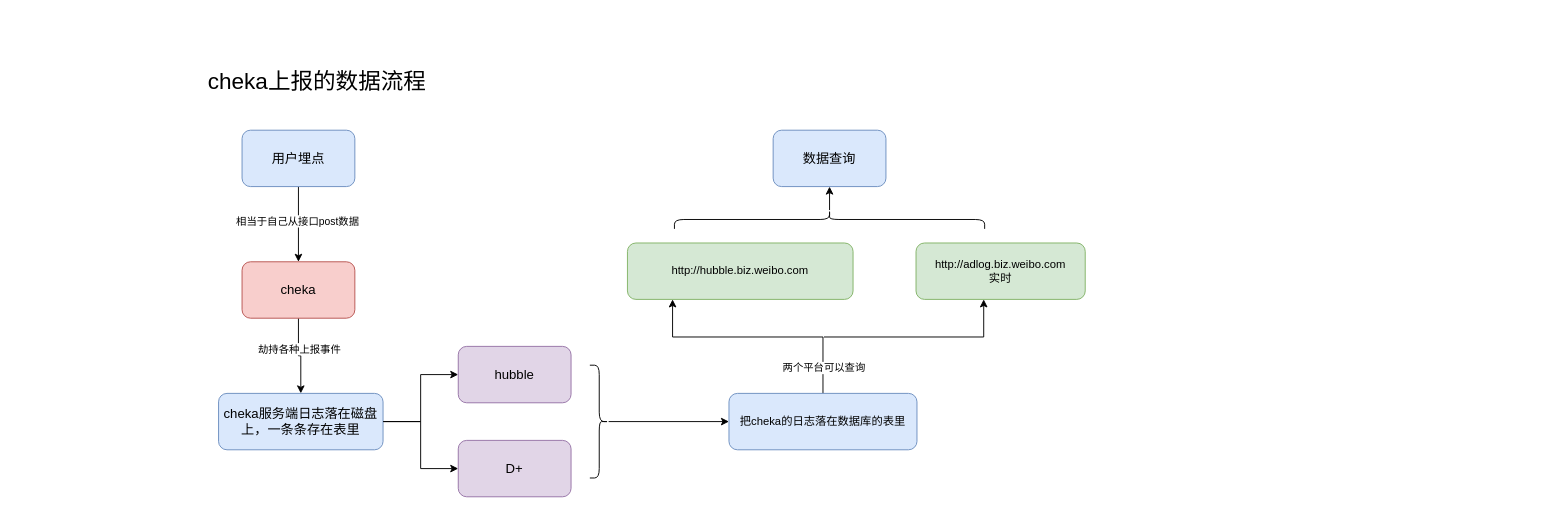
Before: cheka.drawio in AnneLau/-algorithm_bubble, a draw.io diagram. Source tidied: cells renumbered, new cells numbered last; positions are measured from the earlier drawing's top-left corner, leaving out a move shared by most shapes. Both pictures are drawn from the tidied source at 94%, with x=0, y=0 at pixel (185, 72).
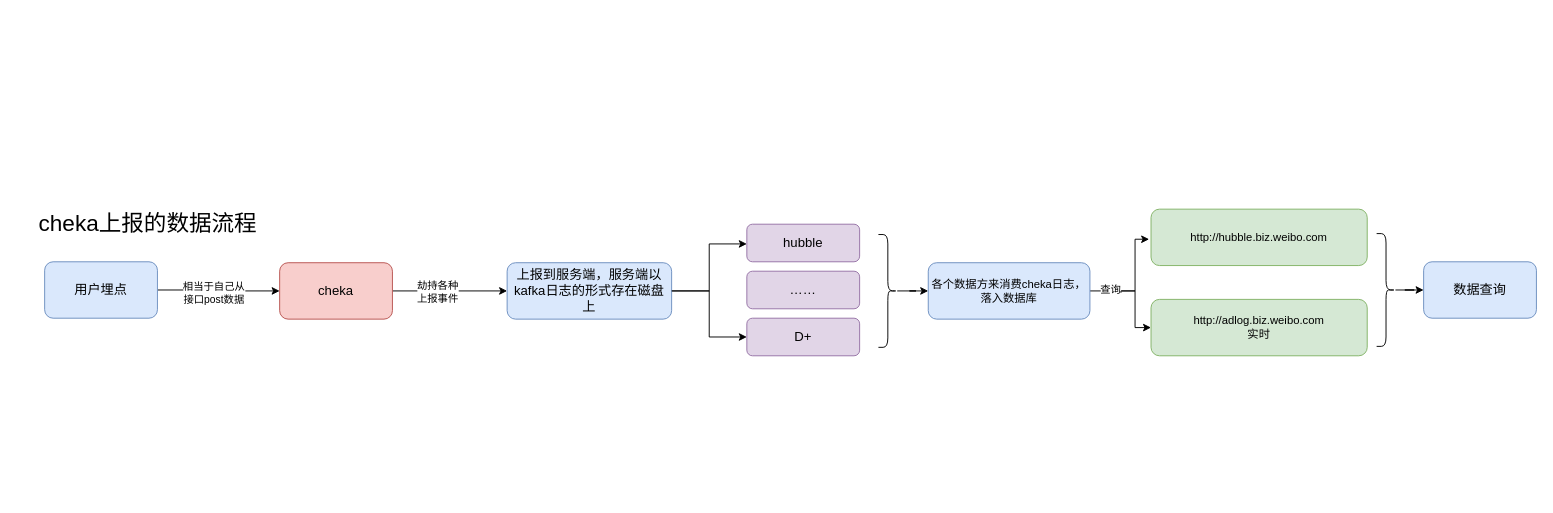
The same page after the edit.

The change refers to these unchanged cells:
```xml
<mxCell id="2" style="edgeStyle=orthogonalEdgeStyle;rounded=0;jettySize=auto;html=1;" parent="1" edge="1" source="4" target="8">
  <mxGeometry relative="1" as="geometry" />
</mxCell>
```

What changed in the source:
```diff
@@
-    <mxCell id="3" value="相当于自己从接口post数据" style="edgeLabel;html=1;align=center;verticalAlign=middle;" parent="2" vertex="1">
+    <mxCell id="3" value="相当于自己从&lt;br&gt;接口post数据" style="edgeLabel;html=1;align=center;verticalAlign=middle;" parent="2" vertex="1">
       <mxGeometry x="-0.1" y="-2" relative="1" as="geometry" />
     </mxCell>
     <mxCell id="4" value="&lt;font style=&quot;font-size: 14px&quot;&gt;用户埋点&lt;/font&gt;" style="rounded=1;whiteSpace=wrap;html=1;fillColor=#dae8fc;strokeColor=#6c8ebf;" parent="1" vertex="1">
-      <mxGeometry x="60" y="61" width="120" height="60" as="geometry" />
+      <mxGeometry x="-150" y="201" width="120" height="60" as="geometry" />
     </mxCell>
     <mxCell id="5" value="&lt;font style=&quot;font-size: 24px&quot;&gt;cheka上报的数据流程&lt;/font&gt;" style="text;html=1;strokeColor=none;fillColor=none;align=center;verticalAlign=middle;whiteSpace=wrap;rounded=0;" parent="1" vertex="1">
-      <mxGeometry width="280" height="20" as="geometry" />
+      <mxGeometry x="-180" y="151" width="280" height="20" as="geometry" />
     </mxCell>
-    <mxCell id="6" style="edgeStyle=orthogonalEdgeStyle;rounded=0;jettySize=auto;html=1;" parent="1" edge="1" source="8" target="10">
+    <mxCell id="6" value="&lt;br&gt;" style="edgeStyle=orthogonalEdgeStyle;rounded=0;jettySize=auto;html=1;" parent="1" edge="1" source="8" target="10">
       <mxGeometry relative="1" as="geometry" />
     </mxCell>
-    <mxCell id="7" value="劫持各种上报事件" style="edgeLabel;html=1;align=center;verticalAlign=middle;" parent="6" vertex="1">
+    <mxCell id="7" value="劫持各种&lt;br&gt;上报事件" style="edgeLabel;html=1;align=center;verticalAlign=middle;" parent="6" vertex="1">
       <mxGeometry x="-0.23" relative="1" as="geometry" />
     </mxCell>
     <mxCell id="8" value="&lt;font style=&quot;font-size: 14px&quot;&gt;cheka&lt;/font&gt;" style="whiteSpace=wrap;html=1;rounded=1;fillColor=#f8cecc;strokeColor=#b85450;" parent="1" vertex="1">
-      <mxGeometry x="60" y="201" width="120" height="60" as="geometry" />
+      <mxGeometry x="100" y="202" width="120" height="60" as="geometry" />
     </mxCell>
     <mxCell id="9" style="edgeStyle=orthogonalEdgeStyle;rounded=0;jettySize=auto;html=1;" parent="1" edge="1" source="10" target="11">
       <mxGeometry relative="1" as="geometry">
         <Array as="points">
-          <mxPoint x="250" y="371" />
-          <mxPoint x="250" y="321" />
+          <mxPoint x="557" y="232" />
+          <mxPoint x="557" y="182" />
         </Array>
       </mxGeometry>
     </mxCell>
-    <mxCell id="10" value="&lt;font style=&quot;font-size: 14px&quot;&gt;cheka服务端日志落在磁盘上，一条条存在表里&lt;/font&gt;" style="whiteSpace=wrap;html=1;rounded=1;fillColor=#dae8fc;strokeColor=#6c8ebf;" parent="1" vertex="1">
-      <mxGeometry x="35" y="341" width="175" height="60" as="geometry" />
+    <mxCell id="10" value="&lt;font style=&quot;font-size: 14px&quot;&gt;上报到服务端，服务端以kafka日志的形式存在磁盘上&lt;/font&gt;" style="whiteSpace=wrap;html=1;rounded=1;fillColor=#dae8fc;strokeColor=#6c8ebf;" parent="1" vertex="1">
+      <mxGeometry x="342" y="202" width="175" height="60" as="geometry" />
     </mxCell>
     <mxCell id="11" value="&lt;font style=&quot;font-size: 14px&quot;&gt;hubble&lt;/font&gt;" style="whiteSpace=wrap;html=1;rounded=1;fillColor=#e1d5e7;strokeColor=#9673a6;" parent="1" vertex="1">
-      <mxGeometry x="290" y="291" width="120" height="60" as="geometry" />
+      <mxGeometry x="597" y="161" width="120" height="40" as="geometry" />
     </mxCell>
@@
     <mxCell id="13" value="&lt;span style=&quot;font-size: 14px&quot;&gt;D+&lt;/span&gt;" style="whiteSpace=wrap;html=1;rounded=1;fillColor=#e1d5e7;strokeColor=#9673a6;" parent="1" vertex="1">
-      <mxGeometry x="290" y="391" width="120" height="60" as="geometry" />
+      <mxGeometry x="597" y="261" width="120" height="40" as="geometry" />
     </mxCell>
@@
     <mxCell id="15" style="shape=curlyBracket;whiteSpace=wrap;html=1;rounded=1;flipH=1;" parent="1" vertex="1">
-      <mxGeometry x="430" y="311" width="20" height="120" as="geometry" />
+      <mxGeometry x="737" y="172" width="20" height="120" as="geometry" />
     </mxCell>
-    <mxCell id="16" style="edgeStyle=orthogonalEdgeStyle;rounded=0;jettySize=auto;html=1;" parent="1" edge="1" source="18">
-      <mxGeometry relative="1" as="geometry">
-        <mxPoint x="518" y="241" as="targetPoint" />
-        <Array as="points">
-          <mxPoint x="678" y="281" />
-          <mxPoint x="518" y="281" />
-        </Array>
-      </mxGeometry>
-    </mxCell>
-    <mxCell id="17" value="两个平台可以查询" style="edgeLabel;html=1;align=center;verticalAlign=middle;" parent="16" vertex="1">
-      <mxGeometry x="-0.59" y="3" relative="1" as="geometry">
-        <mxPoint x="3" y="25" as="offset" />
-      </mxGeometry>
-    </mxCell>
+    <mxCell id="26" style="edgeStyle=orthogonalEdgeStyle;rounded=0;jettySize=auto;html=1;" parent="1" edge="1" source="18" target="19">
+      <mxGeometry relative="1" as="geometry">
+        <Array as="points">
+          <mxPoint x="1010" y="232" />
+          <mxPoint x="1010" y="271" />
+        </Array>
+      </mxGeometry>
+    </mxCell>
+    <mxCell id="27" value="查询" style="edgeLabel;html=1;align=center;verticalAlign=middle;" parent="26" vertex="1">
+      <mxGeometry x="-0.6" y="2" relative="1" as="geometry" />
+    </mxCell>
-    <mxCell id="18" value="把cheka的日志落在数据库的表里" style="whiteSpace=wrap;html=1;rounded=1;fillColor=#dae8fc;strokeColor=#6c8ebf;" parent="1" vertex="1">
-      <mxGeometry x="578" y="341" width="200" height="60" as="geometry" />
+    <mxCell id="18" value="各个数据方来消费cheka日志，&lt;br&gt;落入数据库" style="whiteSpace=wrap;html=1;rounded=1;fillColor=#dae8fc;strokeColor=#6c8ebf;" parent="1" vertex="1">
+      <mxGeometry x="790" y="202" width="172" height="60" as="geometry" />
     </mxCell>
     <mxCell id="19" value="http://adlog.biz.weibo.com&lt;br&gt;实时" style="whiteSpace=wrap;html=1;rounded=1;strokeColor=#82b366;fillColor=#d5e8d4;" parent="1" vertex="1">
-      <mxGeometry x="777" y="181" width="180" height="60" as="geometry" />
+      <mxGeometry x="1027" y="241" width="230" height="60" as="geometry" />
     </mxCell>
-    <mxCell id="20" style="edgeStyle=orthogonalEdgeStyle;rounded=0;orthogonalLoop=1;jettySize=auto;html=1;" parent="1" edge="1">
-      <mxGeometry relative="1" as="geometry">
-        <mxPoint x="679" y="281" as="sourcePoint" />
-        <mxPoint x="849" y="241" as="targetPoint" />
-        <Array as="points">
-          <mxPoint x="849" y="281" />
-        </Array>
-      </mxGeometry>
-    </mxCell>
     <mxCell id="21" value="http://hubble.biz.weibo.com" style="whiteSpace=wrap;html=1;rounded=1;strokeColor=#82b366;fillColor=#d5e8d4;" parent="1" vertex="1">
-      <mxGeometry x="470" y="181" width="240" height="60" as="geometry" />
+      <mxGeometry x="1027" y="145" width="230" height="60" as="geometry" />
     </mxCell>
     <mxCell id="22" style="edgeStyle=orthogonalEdgeStyle;rounded=0;orthogonalLoop=1;jettySize=auto;html=1;exitX=0.5;exitY=1;exitDx=0;exitDy=0;" parent="1" edge="1">
       <mxGeometry relative="1" as="geometry">
-        <mxPoint x="630" y="86" as="sourcePoint" />
-        <mxPoint x="630" y="86" as="targetPoint" />
+        <mxPoint x="937" y="-53" as="sourcePoint" />
+        <mxPoint x="937" y="-53" as="targetPoint" />
       </mxGeometry>
     </mxCell>
-    <mxCell id="23" style="edgeStyle=orthogonalEdgeStyle;rounded=0;jettySize=auto;html=1;" parent="1" edge="1" source="24">
-      <mxGeometry relative="1" as="geometry">
-        <mxPoint x="685" y="121" as="targetPoint" />
-        <Array as="points">
-          <mxPoint x="685" y="131" />
-          <mxPoint x="685" y="131" />
-        </Array>
-      </mxGeometry>
-    </mxCell>
-    <mxCell id="24" style="shape=curlyBracket;whiteSpace=wrap;html=1;rounded=1;flipH=1;direction=south;" parent="1" vertex="1">
-      <mxGeometry x="520" y="146" width="330" height="20" as="geometry" />
-    </mxCell>
+    <mxCell id="28" style="edgeStyle=orthogonalEdgeStyle;rounded=0;orthogonalLoop=1;jettySize=auto;html=1;" parent="1" edge="1">
+      <mxGeometry relative="1" as="geometry">
+        <mxPoint x="995" y="234" as="sourcePoint" />
+        <mxPoint x="1025" y="177" as="targetPoint" />
+        <Array as="points">
+          <mxPoint x="995" y="232" />
+          <mxPoint x="1010" y="232" />
+          <mxPoint x="1010" y="177" />
+        </Array>
+      </mxGeometry>
+    </mxCell>
+    <mxCell id="29" style="edgeStyle=orthogonalEdgeStyle;rounded=0;jettySize=auto;html=1;" parent="1" edge="1" source="30" target="25">
+      <mxGeometry relative="1" as="geometry" />
+    </mxCell>
+    <mxCell id="30" style="shape=curlyBracket;whiteSpace=wrap;html=1;rounded=1;flipH=1;" parent="1" vertex="1">
+      <mxGeometry x="1267" y="171" width="20" height="120" as="geometry" />
+    </mxCell>
-    <mxCell id="25" value="&lt;font style=&quot;font-size: 14px&quot;&gt;数据查询&lt;/font&gt;" style="rounded=1;whiteSpace=wrap;html=1;fillColor=#dae8fc;strokeColor=#6c8ebf;" parent="1" vertex="1">
-      <mxGeometry x="625" y="61" width="120" height="60" as="geometry" />
+    <mxCell id="25" value="&lt;span style=&quot;font-size: 14px&quot;&gt;数据查询&lt;/span&gt;" style="whiteSpace=wrap;html=1;rounded=1;fillColor=#dae8fc;strokeColor=#6c8ebf;" parent="1" vertex="1">
+      <mxGeometry x="1317" y="201" width="120" height="60" as="geometry" />
     </mxCell>
+    <mxCell id="31" value="&lt;span style=&quot;font-size: 14px&quot;&gt;……&lt;/span&gt;" style="whiteSpace=wrap;html=1;rounded=1;fillColor=#e1d5e7;strokeColor=#9673a6;" parent="1" vertex="1">
+      <mxGeometry x="597" y="211" width="120" height="40" as="geometry" />
+    </mxCell>
```
